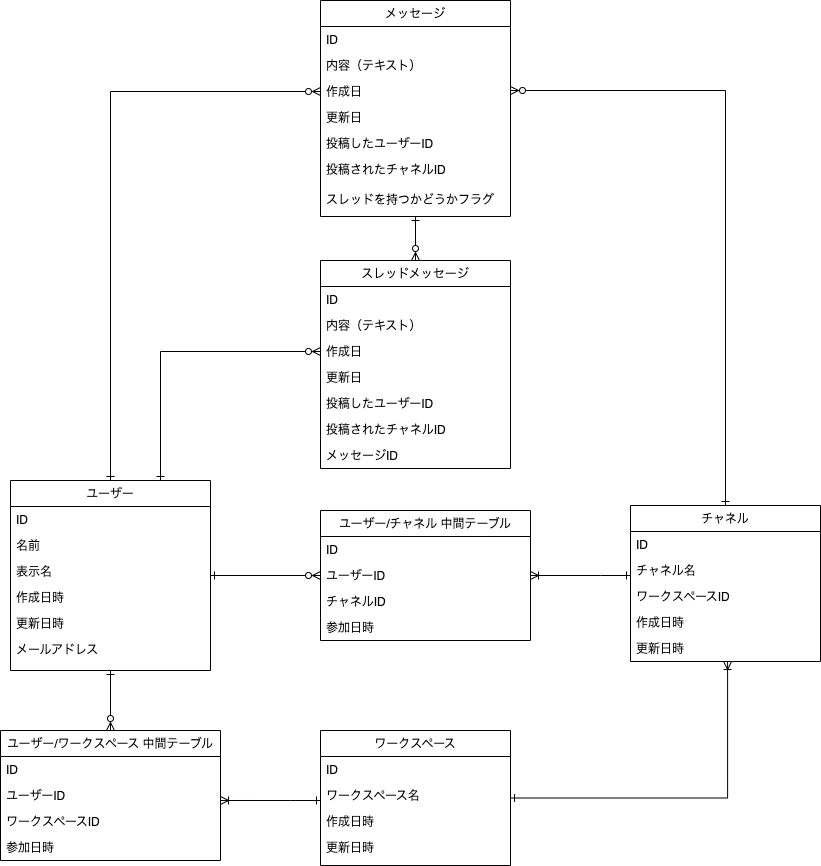
Earlier version of the draw.io export db/db-modeling-2/DB2 Diagram.drawio.png (yuikoito/PrAhaChallenge). Source tidied: cells renumbered, new cells last; positions are measured from the earlier drawing's top-left corner, leaving out a move shared by most shapes.
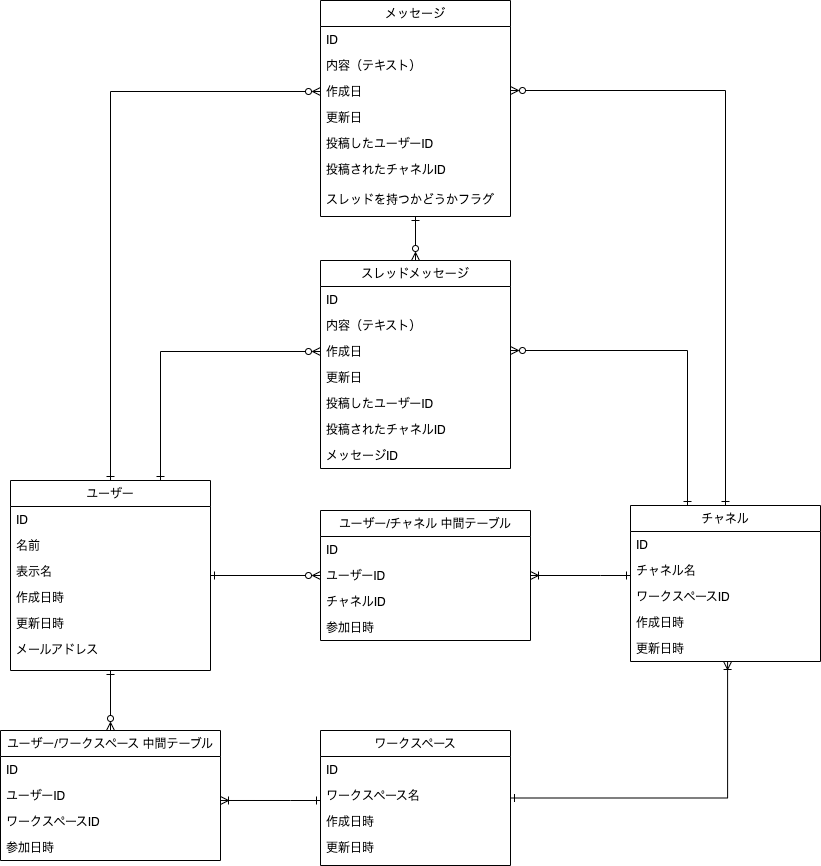
After the commit.

What changed in the source:
```diff
@@ -69,6 +69,13 @@
     <mxCell id="22" value="スレッドを持つかどうかフラグ" style="text;align=left;verticalAlign=top;spacingLeft=4;spacingRight=4;overflow=hidden;" parent="15" vertex="1">
       <mxGeometry y="186" width="190" height="30" as="geometry" />
     </mxCell>
+    <mxCell id="55" style="edgeStyle=orthogonalEdgeStyle;rounded=0;jettySize=auto;html=1;entryX=0.3;entryY=0;entryDx=0;entryDy=0;entryPerimeter=0;startArrow=ERzeroToMany;startFill=0;endArrow=ERone;endFill=0;" parent="1" edge="1" source="23" target="32">
+      <mxGeometry relative="1" as="geometry">
+        <Array as="points">
+          <mxPoint x="687" y="350" />
+        </Array>
+      </mxGeometry>
+    </mxCell>
     <mxCell id="23" value="スレッドメッセージ" style="swimlane;fontStyle=0;align=center;verticalAlign=top;horizontal=1;startSize=26;rounded=0;shadow=0;strokeWidth=1;" parent="1" vertex="1">
       <mxGeometry x="320" y="260" width="190" height="208" as="geometry" />
     </mxCell>
```
